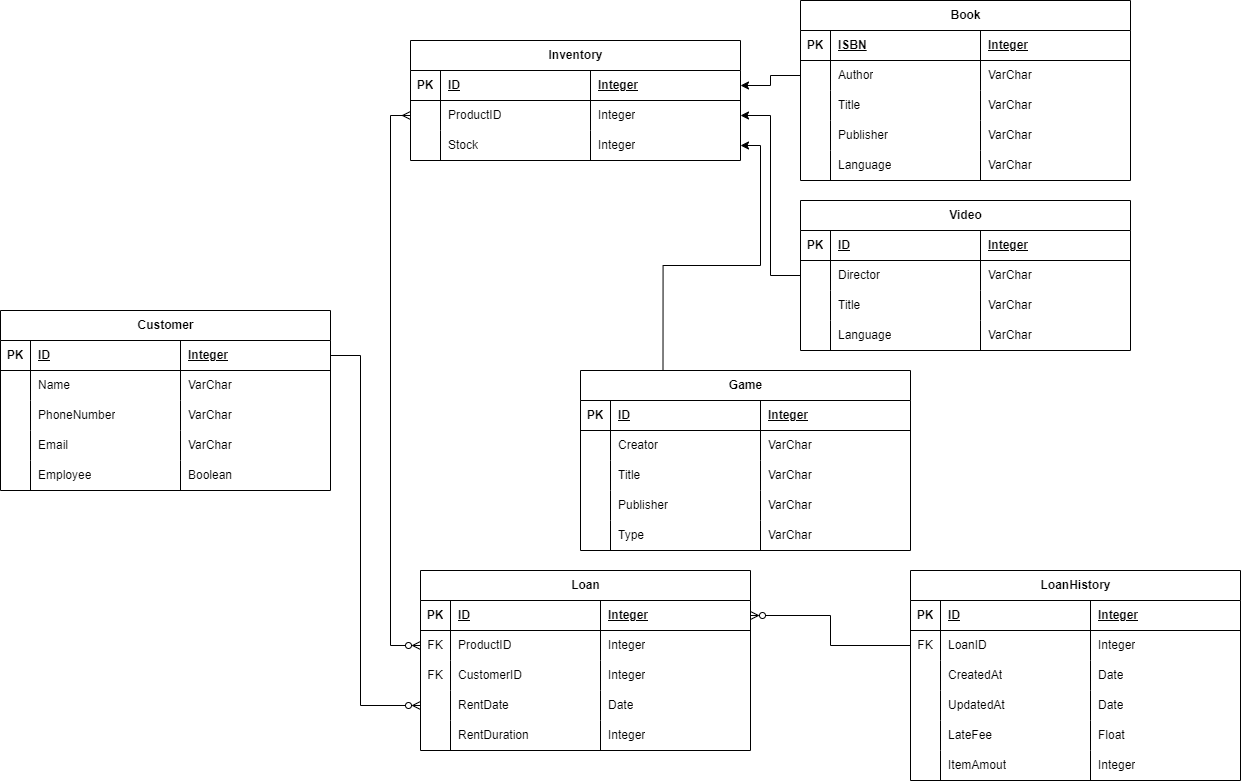
Above: Library.drawio.png in boolean-uk/java-data-modelling (draw.io), before the change. Source tidied: cells renumbered, new cells last; positions are measured from the earlier drawing's top-left corner, leaving out a move shared by most shapes.
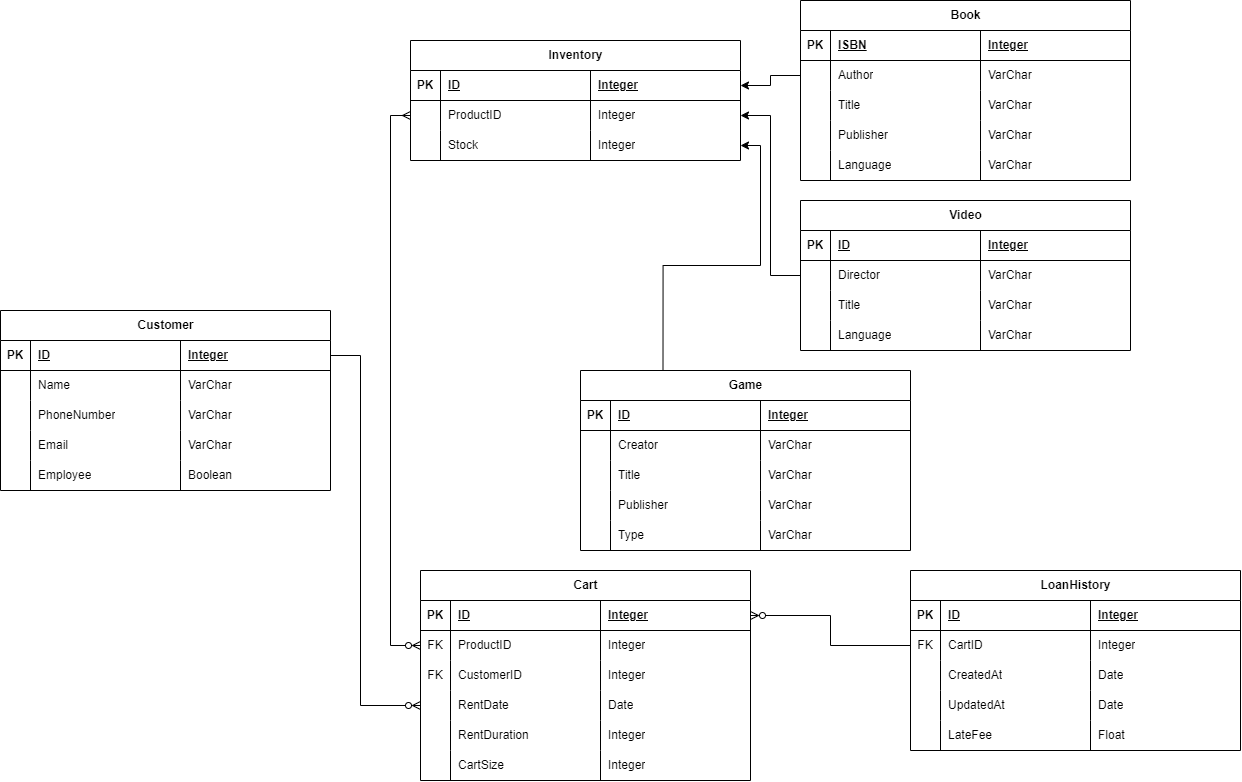
Above is the later version.

What changed in the source:
```diff
@@ -104,8 +104,8 @@
     <mxCell id="35" value="Boolean" style="shape=partialRectangle;fillColor=none;top=0;left=0;bottom=0;right=0;align=left;spacingLeft=6;overflow=hidden;whiteSpace=wrap;html=1;" parent="32" vertex="1">
       <mxGeometry x="180" width="150" height="30" as="geometry" />
     </mxCell>
-    <mxCell id="36" value="Loan" style="shape=table;startSize=30;rowLines=0;fontStyle=1;align=center;html=1;" parent="1" vertex="1">
-      <mxGeometry x="420" y="570" width="330" height="180" as="geometry" />
+    <mxCell id="36" value="Cart" style="shape=table;startSize=30;rowLines=0;fontStyle=1;align=center;html=1;" parent="1" vertex="1">
+      <mxGeometry x="420" y="570" width="330" height="210" as="geometry" />
     </mxCell>
     <mxCell id="37" style="shape=tableRow;horizontal=0;startSize=0;swimlaneHead=0;swimlaneBody=0;fillColor=none;points=[[0,0.5],[1,0.5]];portConstraint=eastwest;top=0;left=0;right=0;bottom=1;" parent="36" vertex="1">
       <mxGeometry y="30" width="330" height="30" as="geometry" />
@@ -167,6 +167,18 @@
     <mxCell id="56" value="Integer" style="shape=partialRectangle;fillColor=none;top=0;left=0;bottom=0;right=0;align=left;spacingLeft=6;overflow=hidden;whiteSpace=wrap;html=1;" parent="53" vertex="1">
       <mxGeometry x="180" width="150" height="30" as="geometry" />
     </mxCell>
+    <mxCell id="80" style="shape=tableRow;horizontal=0;startSize=0;swimlaneHead=0;swimlaneBody=0;fillColor=none;top=0;left=0;right=0;bottom=0;" parent="36" vertex="1">
+      <mxGeometry y="180" width="330" height="30" as="geometry" />
+    </mxCell>
+    <mxCell id="151" style="shape=partialRectangle;fillColor=none;top=0;left=0;bottom=0;right=0;overflow=hidden;whiteSpace=wrap;html=1;" parent="80" vertex="1">
+      <mxGeometry width="30" height="30" as="geometry" />
+    </mxCell>
+    <mxCell id="82" style="shape=partialRectangle;fillColor=none;top=0;left=0;bottom=0;right=0;align=left;spacingLeft=6;overflow=hidden;whiteSpace=wrap;html=1;" parent="80" vertex="1">
+      <mxGeometry x="30" width="150" height="30" as="geometry" />
+    </mxCell>
+    <mxCell id="83" style="shape=partialRectangle;fillColor=none;top=0;left=0;bottom=0;right=0;align=left;spacingLeft=6;overflow=hidden;whiteSpace=wrap;html=1;" parent="80" vertex="1">
+      <mxGeometry x="180" width="150" height="30" as="geometry" />
+    </mxCell>
     <mxCell id="57" style="edgeStyle=orthogonalEdgeStyle;rounded=0;jettySize=auto;html=1;exitX=0;exitY=0.5;exitDx=0;exitDy=0;entryX=0;entryY=0.5;entryDx=0;entryDy=0;endArrow=ERzeroToMany;endFill=0;startArrow=ERmany;startFill=0;" parent="1" edge="1" source="7" target="41">
       <mxGeometry relative="1" as="geometry" />
     </mxCell>
@@ -180,7 +192,7 @@
       </mxGeometry>
     </mxCell>
     <mxCell id="59" value="LoanHistory" style="shape=table;startSize=30;rowLines=0;fontStyle=1;align=center;html=1;" parent="1" vertex="1">
-      <mxGeometry x="910" y="570" width="330" height="210" as="geometry" />
+      <mxGeometry x="910" y="570" width="330" height="180" as="geometry" />
     </mxCell>
     <mxCell id="60" style="shape=tableRow;horizontal=0;startSize=0;swimlaneHead=0;swimlaneBody=0;fillColor=none;top=0;left=0;right=0;bottom=1;" parent="59" vertex="1">
       <mxGeometry y="30" width="330" height="30" as="geometry" />
@@ -200,7 +212,7 @@
     <mxCell id="65" value="FK" style="shape=partialRectangle;fillColor=none;top=0;left=0;bottom=0;right=0;overflow=hidden;whiteSpace=wrap;html=1;" parent="64" vertex="1">
       <mxGeometry width="30" height="30" as="geometry" />
     </mxCell>
-    <mxCell id="66" value="LoanID" style="shape=partialRectangle;fillColor=none;top=0;left=0;bottom=0;right=0;align=left;spacingLeft=6;overflow=hidden;whiteSpace=wrap;html=1;" parent="64" vertex="1">
+    <mxCell id="66" value="CartID" style="shape=partialRectangle;fillColor=none;top=0;left=0;bottom=0;right=0;align=left;spacingLeft=6;overflow=hidden;whiteSpace=wrap;html=1;" parent="64" vertex="1">
       <mxGeometry x="30" width="150" height="30" as="geometry" />
     </mxCell>
     <mxCell id="67" value="Integer" style="shape=partialRectangle;fillColor=none;top=0;left=0;bottom=0;right=0;align=left;spacingLeft=6;overflow=hidden;whiteSpace=wrap;html=1;" parent="64" vertex="1">
@@ -242,18 +254,6 @@
     <mxCell id="79" value="Float" style="shape=partialRectangle;fillColor=none;top=0;left=0;bottom=0;right=0;align=left;spacingLeft=6;overflow=hidden;whiteSpace=wrap;html=1;" parent="76" vertex="1">
       <mxGeometry x="180" width="150" height="30" as="geometry" />
     </mxCell>
-    <mxCell id="80" style="shape=tableRow;horizontal=0;startSize=0;swimlaneHead=0;swimlaneBody=0;fillColor=none;top=0;left=0;right=0;bottom=0;" parent="59" vertex="1">
-      <mxGeometry y="180" width="330" height="30" as="geometry" />
-    </mxCell>
-    <mxCell id="81" style="shape=partialRectangle;fillColor=none;top=0;left=0;bottom=0;right=0;overflow=hidden;whiteSpace=wrap;html=1;" parent="80" vertex="1">
-      <mxGeometry width="30" height="30" as="geometry" />
-    </mxCell>
-    <mxCell id="82" style="shape=partialRectangle;fillColor=none;top=0;left=0;bottom=0;right=0;align=left;spacingLeft=6;overflow=hidden;whiteSpace=wrap;html=1;" parent="80" vertex="1">
-      <mxGeometry x="30" width="150" height="30" as="geometry" />
-    </mxCell>
-    <mxCell id="83" style="shape=partialRectangle;fillColor=none;top=0;left=0;bottom=0;right=0;align=left;spacingLeft=6;overflow=hidden;whiteSpace=wrap;html=1;" parent="80" vertex="1">
-      <mxGeometry x="180" width="150" height="30" as="geometry" />
-    </mxCell>
     <mxCell id="84" style="edgeStyle=orthogonalEdgeStyle;rounded=0;jettySize=auto;html=1;exitX=1;exitY=0.5;exitDx=0;exitDy=0;entryX=0;entryY=0.5;entryDx=0;entryDy=0;endArrow=none;endFill=0;startArrow=ERzeroToMany;startFill=0;" parent="1" edge="1" source="37" target="64">
       <mxGeometry relative="1" as="geometry" />
     </mxCell>
@@ -443,16 +443,16 @@
     <mxCell id="146" value="VarChar" style="shape=partialRectangle;fillColor=none;top=0;left=0;bottom=0;right=0;align=left;spacingLeft=6;overflow=hidden;whiteSpace=wrap;html=1;" parent="143" vertex="1">
       <mxGeometry x="180" width="150" height="30" as="geometry" />
     </mxCell>
-    <mxCell id="147" style="shape=tableRow;horizontal=0;startSize=0;swimlaneHead=0;swimlaneBody=0;fillColor=none;top=0;left=0;right=0;bottom=0;" parent="1" vertex="1">
-      <mxGeometry x="910" y="750" width="330" height="30" as="geometry" />
-    </mxCell>
-    <mxCell id="148" style="shape=partialRectangle;fillColor=none;top=0;left=0;bottom=0;right=0;overflow=hidden;whiteSpace=wrap;html=1;" parent="147" vertex="1">
-      <mxGeometry width="30" height="30" as="geometry" />
-    </mxCell>
-    <mxCell id="149" value="ItemAmout" style="shape=partialRectangle;fillColor=none;top=0;left=0;bottom=0;right=0;align=left;spacingLeft=6;overflow=hidden;whiteSpace=wrap;html=1;" parent="147" vertex="1">
-      <mxGeometry x="30" width="150" height="30" as="geometry" />
-    </mxCell>
+    <mxCell id="152" style="shape=tableRow;horizontal=0;startSize=0;swimlaneHead=0;swimlaneBody=0;fillColor=none;top=0;left=0;right=0;bottom=0;" parent="1" vertex="1">
+      <mxGeometry x="420" y="750" width="330" height="30" as="geometry" />
+    </mxCell>
+    <mxCell id="153" style="shape=partialRectangle;fillColor=none;top=0;left=0;bottom=0;right=0;overflow=hidden;whiteSpace=wrap;html=1;" parent="152" vertex="1">
+      <mxGeometry width="30" height="30" as="geometry" />
+    </mxCell>
+    <mxCell id="154" value="CartSize" style="shape=partialRectangle;fillColor=none;top=0;left=0;bottom=0;right=0;align=left;spacingLeft=6;overflow=hidden;whiteSpace=wrap;html=1;" parent="152" vertex="1">
+      <mxGeometry x="30" width="150" height="30" as="geometry" />
+    </mxCell>
-    <mxCell id="150" value="Integer" style="shape=partialRectangle;fillColor=none;top=0;left=0;bottom=0;right=0;align=left;spacingLeft=6;overflow=hidden;whiteSpace=wrap;html=1;" parent="147" vertex="1">
+    <mxCell id="150" value="Integer" style="shape=partialRectangle;fillColor=none;top=0;left=0;bottom=0;right=0;align=left;spacingLeft=6;overflow=hidden;whiteSpace=wrap;html=1;" parent="152" vertex="1">
       <mxGeometry x="180" width="150" height="30" as="geometry" />
     </mxCell>
   </root>
```
